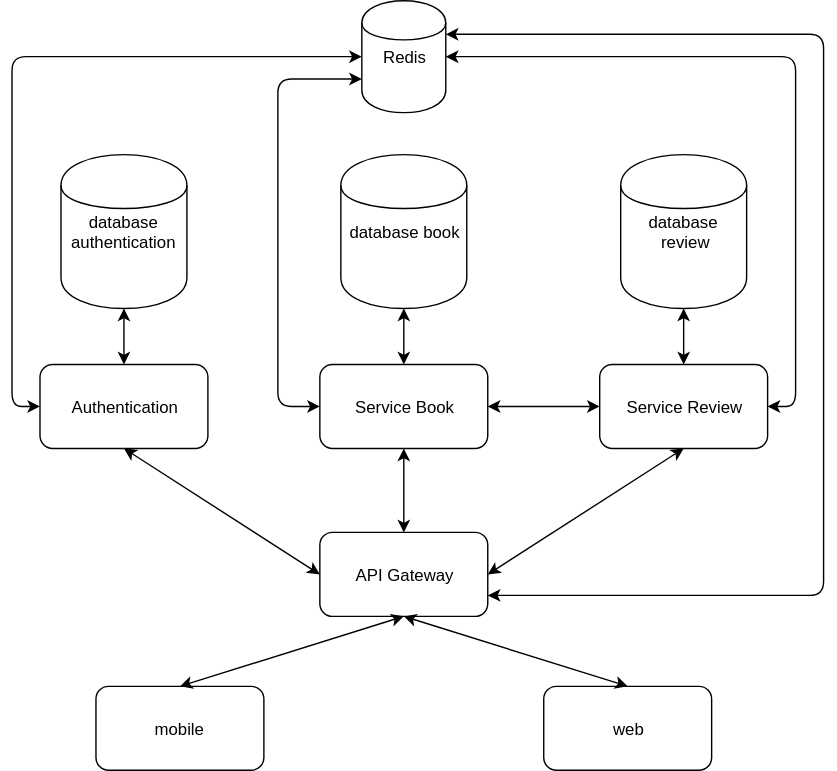
The draw.io diagram images/API Gateway.svg in Sardiirfan27/RizkiMufrizal.github.io, before a commit. Source tidied: cells renumbered, new cells last; positions are measured from the earlier drawing's top-left corner, leaving out a move shared by most shapes. Its diagram source:
```xml
<mxGraphModel>
  <root>
    <mxCell id="0" />
    <mxCell id="1" parent="0" />
    <mxCell id="2" value="API Gateway" style="rounded=1;whiteSpace=wrap;html=1;" parent="1" vertex="1">
      <mxGeometry x="220" y="380" width="120" height="60" as="geometry" />
    </mxCell>
    <mxCell id="3" value="Authentication" style="rounded=1;whiteSpace=wrap;html=1;" parent="1" vertex="1">
      <mxGeometry x="20" y="260" width="120" height="60" as="geometry" />
    </mxCell>
    <mxCell id="4" value="Service Book" style="rounded=1;whiteSpace=wrap;html=1;" parent="1" vertex="1">
      <mxGeometry x="220" y="260" width="120" height="60" as="geometry" />
    </mxCell>
    <mxCell id="5" value="Service Review" style="rounded=1;whiteSpace=wrap;html=1;" parent="1" vertex="1">
      <mxGeometry x="420" y="260" width="120" height="60" as="geometry" />
    </mxCell>
    <mxCell id="6" value="mobile" style="rounded=1;whiteSpace=wrap;html=1;" parent="1" vertex="1">
      <mxGeometry x="60" y="490" width="120" height="60" as="geometry" />
    </mxCell>
    <mxCell id="7" value="web" style="rounded=1;whiteSpace=wrap;html=1;" parent="1" vertex="1">
      <mxGeometry x="380" y="490" width="120" height="60" as="geometry" />
    </mxCell>
    <mxCell id="8" style="endArrow=classic;startArrow=classic;html=1;entryX=0.5;entryY=1;exitX=0;exitY=0.5;" parent="1" edge="1" source="2" target="3">
      <mxGeometry relative="1" as="geometry" />
    </mxCell>
    <mxCell id="9" value="database authentication" style="shape=cylinder;whiteSpace=wrap;html=1;" parent="1" vertex="1">
      <mxGeometry x="35" y="110" width="90" height="110" as="geometry" />
    </mxCell>
    <mxCell id="10" value="database book" style="shape=cylinder;whiteSpace=wrap;html=1;" parent="1" vertex="1">
      <mxGeometry x="235" y="110" width="90" height="110" as="geometry" />
    </mxCell>
    <mxCell id="11" value="database&lt;div&gt;&amp;nbsp;review&lt;/div&gt;" style="shape=cylinder;whiteSpace=wrap;html=1;" parent="1" vertex="1">
      <mxGeometry x="435" y="110" width="90" height="110" as="geometry" />
    </mxCell>
    <mxCell id="12" value="Redis" style="shape=cylinder;whiteSpace=wrap;html=1;" parent="1" vertex="1">
      <mxGeometry x="250" width="60" height="80" as="geometry" />
    </mxCell>
    <mxCell id="13" style="endArrow=classic;startArrow=classic;html=1;exitX=0.5;exitY=0;entryX=0.5;entryY=1;" parent="1" edge="1" source="3" target="9">
      <mxGeometry relative="1" as="geometry" />
    </mxCell>
    <mxCell id="14" style="endArrow=classic;startArrow=classic;html=1;entryX=0.5;entryY=0;exitX=0.5;exitY=1;" parent="1" edge="1" source="4" target="2">
      <mxGeometry relative="1" as="geometry" />
    </mxCell>
    <mxCell id="15" style="endArrow=classic;startArrow=classic;html=1;entryX=0.5;entryY=1;" parent="1" edge="1" target="5">
      <mxGeometry relative="1" as="geometry">
        <mxPoint x="340" y="410" as="sourcePoint" />
      </mxGeometry>
    </mxCell>
    <mxCell id="16" style="endArrow=classic;startArrow=classic;html=1;entryX=0.5;entryY=0;exitX=0.5;exitY=1;" parent="1" edge="1" source="10" target="4">
      <mxGeometry relative="1" as="geometry" />
    </mxCell>
    <mxCell id="17" style="endArrow=classic;startArrow=classic;html=1;entryX=0.5;entryY=0;exitX=0.5;exitY=1;" parent="1" edge="1" source="11" target="5">
      <mxGeometry relative="1" as="geometry" />
    </mxCell>
    <mxCell id="18" style="endArrow=classic;startArrow=classic;html=1;entryX=0.5;entryY=1;exitX=0.5;exitY=0;" parent="1" edge="1" source="6" target="2">
      <mxGeometry relative="1" as="geometry" />
    </mxCell>
    <mxCell id="19" style="endArrow=classic;startArrow=classic;html=1;entryX=0.5;entryY=1;exitX=0.5;exitY=0;" parent="1" edge="1" source="7" target="2">
      <mxGeometry relative="1" as="geometry" />
    </mxCell>
    <mxCell id="20" style="endArrow=classic;startArrow=classic;html=1;entryX=0;entryY=0.5;exitX=0;exitY=0.5;edgeStyle=orthogonalEdgeStyle;" parent="1" edge="1" source="12" target="3">
      <mxGeometry relative="1" as="geometry">
        <Array as="points">
          <mxPoint y="40" />
          <mxPoint y="290" />
        </Array>
      </mxGeometry>
    </mxCell>
    <mxCell id="21" style="endArrow=classic;startArrow=classic;html=1;exitX=1;exitY=0.5;entryX=1;entryY=0.5;edgeStyle=orthogonalEdgeStyle;" parent="1" edge="1" source="5" target="12">
      <mxGeometry relative="1" as="geometry">
        <Array as="points">
          <mxPoint x="560" y="290" />
          <mxPoint x="560" y="40" />
        </Array>
      </mxGeometry>
    </mxCell>
    <mxCell id="22" style="endArrow=classic;startArrow=classic;html=1;entryX=0;entryY=0.5;exitX=0;exitY=0.7;edgeStyle=orthogonalEdgeStyle;" parent="1" edge="1" source="12" target="4">
      <mxGeometry relative="1" as="geometry">
        <Array as="points">
          <mxPoint x="190" y="56" />
          <mxPoint x="190" y="290" />
        </Array>
      </mxGeometry>
    </mxCell>
    <mxCell id="23" style="endArrow=classic;startArrow=classic;html=1;entryX=1;entryY=0.75;exitX=1;exitY=0.3;edgeStyle=orthogonalEdgeStyle;" parent="1" edge="1" source="12" target="2">
      <mxGeometry relative="1" as="geometry">
        <Array as="points">
          <mxPoint x="580" y="24" />
          <mxPoint x="580" y="425" />
        </Array>
      </mxGeometry>
    </mxCell>
    <mxCell id="24" style="endArrow=classic;startArrow=classic;html=1;entryX=0;entryY=0.5;exitX=1;exitY=0.5;" parent="1" edge="1" source="4" target="5">
      <mxGeometry relative="1" as="geometry" />
    </mxCell>
  </root>
</mxGraphModel>
```
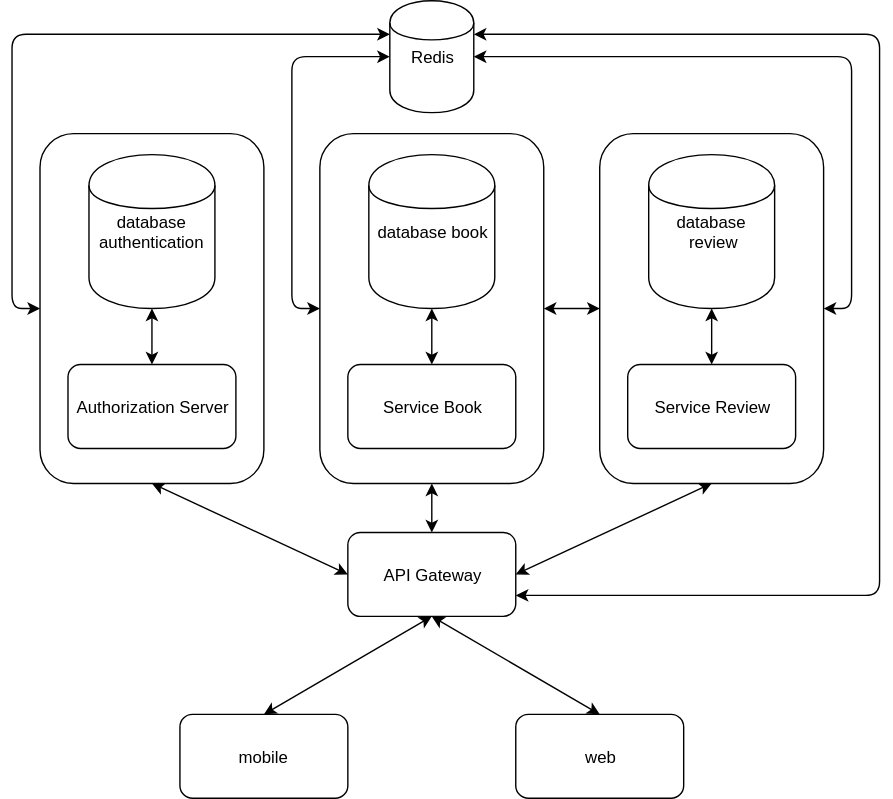
After the change.

Change to the diagram source:
```diff
@@ -5,7 +5,7 @@
     <mxCell id="2" value="API Gateway" style="rounded=1;whiteSpace=wrap;html=1;" parent="1" vertex="1">
       <mxGeometry x="220" y="380" width="120" height="60" as="geometry" />
     </mxCell>
-    <mxCell id="3" value="Authentication" style="rounded=1;whiteSpace=wrap;html=1;" parent="1" vertex="1">
+    <mxCell id="3" value="&lt;span&gt;Authorization Server&lt;/span&gt;" style="rounded=1;whiteSpace=wrap;html=1;" parent="1" vertex="1">
       <mxGeometry x="20" y="260" width="120" height="60" as="geometry" />
     </mxCell>
     <mxCell id="4" value="Service Book" style="rounded=1;whiteSpace=wrap;html=1;" parent="1" vertex="1">
@@ -15,14 +15,11 @@
       <mxGeometry x="420" y="260" width="120" height="60" as="geometry" />
     </mxCell>
     <mxCell id="6" value="mobile" style="rounded=1;whiteSpace=wrap;html=1;" parent="1" vertex="1">
-      <mxGeometry x="60" y="490" width="120" height="60" as="geometry" />
+      <mxGeometry x="100" y="510" width="120" height="60" as="geometry" />
     </mxCell>
     <mxCell id="7" value="web" style="rounded=1;whiteSpace=wrap;html=1;" parent="1" vertex="1">
-      <mxGeometry x="380" y="490" width="120" height="60" as="geometry" />
+      <mxGeometry x="340" y="510" width="120" height="60" as="geometry" />
     </mxCell>
-    <mxCell id="8" style="endArrow=classic;startArrow=classic;html=1;entryX=0.5;entryY=1;exitX=0;exitY=0.5;" parent="1" edge="1" source="2" target="3">
-      <mxGeometry relative="1" as="geometry" />
-    </mxCell>
     <mxCell id="9" value="database authentication" style="shape=cylinder;whiteSpace=wrap;html=1;" parent="1" vertex="1">
       <mxGeometry x="35" y="110" width="90" height="110" as="geometry" />
     </mxCell>
@@ -38,14 +35,6 @@
     <mxCell id="13" style="endArrow=classic;startArrow=classic;html=1;exitX=0.5;exitY=0;entryX=0.5;entryY=1;" parent="1" edge="1" source="3" target="9">
       <mxGeometry relative="1" as="geometry" />
     </mxCell>
-    <mxCell id="14" style="endArrow=classic;startArrow=classic;html=1;entryX=0.5;entryY=0;exitX=0.5;exitY=1;" parent="1" edge="1" source="4" target="2">
-      <mxGeometry relative="1" as="geometry" />
-    </mxCell>
-    <mxCell id="15" style="endArrow=classic;startArrow=classic;html=1;entryX=0.5;entryY=1;" parent="1" edge="1" target="5">
-      <mxGeometry relative="1" as="geometry">
-        <mxPoint x="340" y="410" as="sourcePoint" />
-      </mxGeometry>
-    </mxCell>
     <mxCell id="16" style="endArrow=classic;startArrow=classic;html=1;entryX=0.5;entryY=0;exitX=0.5;exitY=1;" parent="1" edge="1" source="10" target="4">
       <mxGeometry relative="1" as="geometry" />
     </mxCell>
@@ -58,40 +47,58 @@
     <mxCell id="19" style="endArrow=classic;startArrow=classic;html=1;entryX=0.5;entryY=1;exitX=0.5;exitY=0;" parent="1" edge="1" source="7" target="2">
       <mxGeometry relative="1" as="geometry" />
     </mxCell>
-    <mxCell id="20" style="endArrow=classic;startArrow=classic;html=1;entryX=0;entryY=0.5;exitX=0;exitY=0.5;edgeStyle=orthogonalEdgeStyle;" parent="1" edge="1" source="12" target="3">
-      <mxGeometry relative="1" as="geometry">
-        <Array as="points">
-          <mxPoint y="40" />
-          <mxPoint y="290" />
-        </Array>
-      </mxGeometry>
-    </mxCell>
-    <mxCell id="21" style="endArrow=classic;startArrow=classic;html=1;exitX=1;exitY=0.5;entryX=1;entryY=0.5;edgeStyle=orthogonalEdgeStyle;" parent="1" edge="1" source="5" target="12">
-      <mxGeometry relative="1" as="geometry">
-        <Array as="points">
-          <mxPoint x="560" y="290" />
-          <mxPoint x="560" y="40" />
-        </Array>
-      </mxGeometry>
-    </mxCell>
-    <mxCell id="22" style="endArrow=classic;startArrow=classic;html=1;entryX=0;entryY=0.5;exitX=0;exitY=0.7;edgeStyle=orthogonalEdgeStyle;" parent="1" edge="1" source="12" target="4">
-      <mxGeometry relative="1" as="geometry">
-        <Array as="points">
-          <mxPoint x="190" y="56" />
-          <mxPoint x="190" y="290" />
-        </Array>
-      </mxGeometry>
-    </mxCell>
     <mxCell id="23" style="endArrow=classic;startArrow=classic;html=1;entryX=1;entryY=0.75;exitX=1;exitY=0.3;edgeStyle=orthogonalEdgeStyle;" parent="1" edge="1" source="12" target="2">
       <mxGeometry relative="1" as="geometry">
         <Array as="points">
-          <mxPoint x="580" y="24" />
-          <mxPoint x="580" y="425" />
+          <mxPoint x="600" y="24" />
+          <mxPoint x="600" y="425" />
         </Array>
       </mxGeometry>
     </mxCell>
-    <mxCell id="24" style="endArrow=classic;startArrow=classic;html=1;entryX=0;entryY=0.5;exitX=1;exitY=0.5;" parent="1" edge="1" source="4" target="5">
-      <mxGeometry relative="1" as="geometry" />
-    </mxCell>
+    <mxCell id="25" style="rounded=1;whiteSpace=wrap;html=1;fillColor=none;gradientColor=none;" parent="1" vertex="1">
+      <mxGeometry y="95" width="160" height="250" as="geometry" />
+    </mxCell>
+    <mxCell id="26" style="rounded=1;whiteSpace=wrap;html=1;fillColor=none;gradientColor=none;" parent="1" vertex="1">
+      <mxGeometry x="200" y="95" width="160" height="250" as="geometry" />
+    </mxCell>
+    <mxCell id="27" style="rounded=1;whiteSpace=wrap;html=1;fillColor=none;gradientColor=none;" parent="1" vertex="1">
+      <mxGeometry x="400" y="95" width="160" height="250" as="geometry" />
+    </mxCell>
+    <mxCell id="28" style="endArrow=classic;startArrow=classic;html=1;entryX=0;entryY=0.5;exitX=1;exitY=0.5;" parent="1" edge="1" source="26" target="27">
+      <mxGeometry relative="1" as="geometry" />
+    </mxCell>
+    <mxCell id="29" style="endArrow=classic;startArrow=classic;html=1;entryX=0.5;entryY=1;exitX=0.5;exitY=0;" parent="1" edge="1" source="2" target="26">
+      <mxGeometry relative="1" as="geometry" />
+    </mxCell>
+    <mxCell id="30" style="endArrow=classic;startArrow=classic;html=1;entryX=0.5;entryY=1;exitX=1;exitY=0.5;" parent="1" edge="1" source="2" target="27">
+      <mxGeometry relative="1" as="geometry" />
+    </mxCell>
+    <mxCell id="31" style="endArrow=classic;startArrow=classic;html=1;entryX=0.5;entryY=1;exitX=0;exitY=0.5;" parent="1" edge="1" source="2" target="25">
+      <mxGeometry relative="1" as="geometry" />
+    </mxCell>
+    <mxCell id="32" style="endArrow=classic;startArrow=classic;html=1;entryX=0;entryY=0.5;exitX=0;exitY=0.3;edgeStyle=orthogonalEdgeStyle;" parent="1" edge="1" source="12" target="25">
+      <mxGeometry relative="1" as="geometry">
+        <Array as="points">
+          <mxPoint x="-20" y="24" />
+          <mxPoint x="-20" y="220" />
+        </Array>
+      </mxGeometry>
+    </mxCell>
+    <mxCell id="33" style="endArrow=classic;startArrow=classic;html=1;entryX=0;entryY=0.5;exitX=0;exitY=0.5;edgeStyle=orthogonalEdgeStyle;" parent="1" edge="1" source="12" target="26">
+      <mxGeometry relative="1" as="geometry">
+        <Array as="points">
+          <mxPoint x="180" y="40" />
+          <mxPoint x="180" y="220" />
+        </Array>
+      </mxGeometry>
+    </mxCell>
+    <mxCell id="34" style="endArrow=classic;startArrow=classic;html=1;entryX=1;entryY=0.5;exitX=1;exitY=0.5;edgeStyle=orthogonalEdgeStyle;" parent="1" edge="1" source="12" target="27">
+      <mxGeometry relative="1" as="geometry">
+        <Array as="points">
+          <mxPoint x="580" y="40" />
+          <mxPoint x="580" y="220" />
+        </Array>
+      </mxGeometry>
+    </mxCell>
   </root>
 </mxGraphModel>
```
